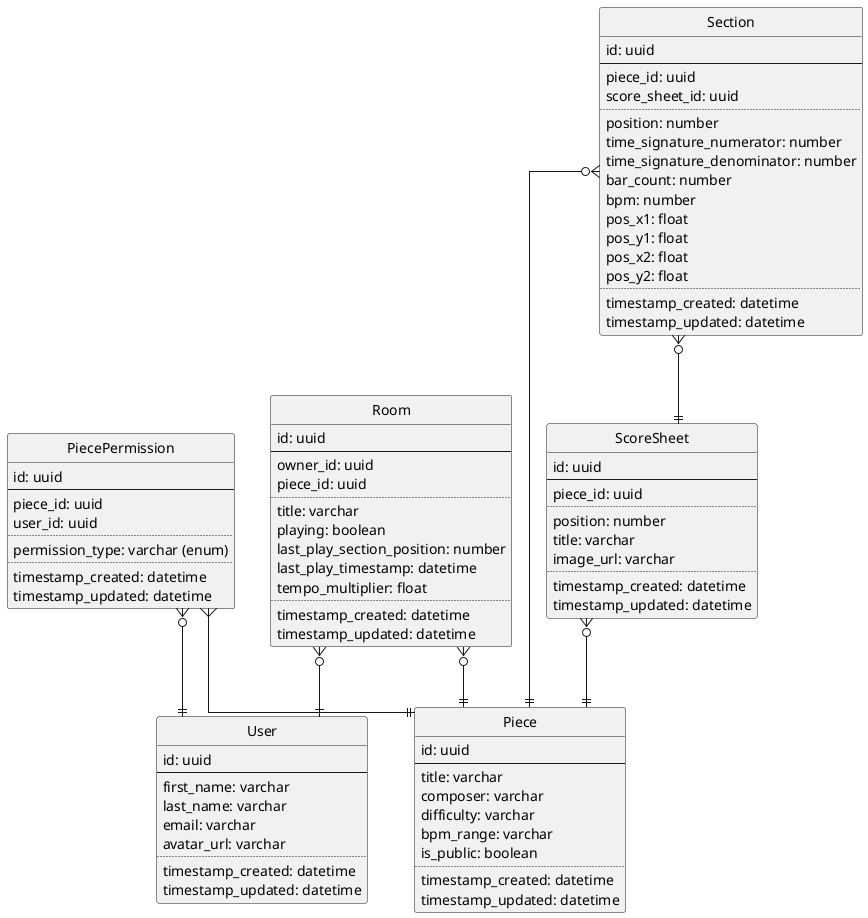
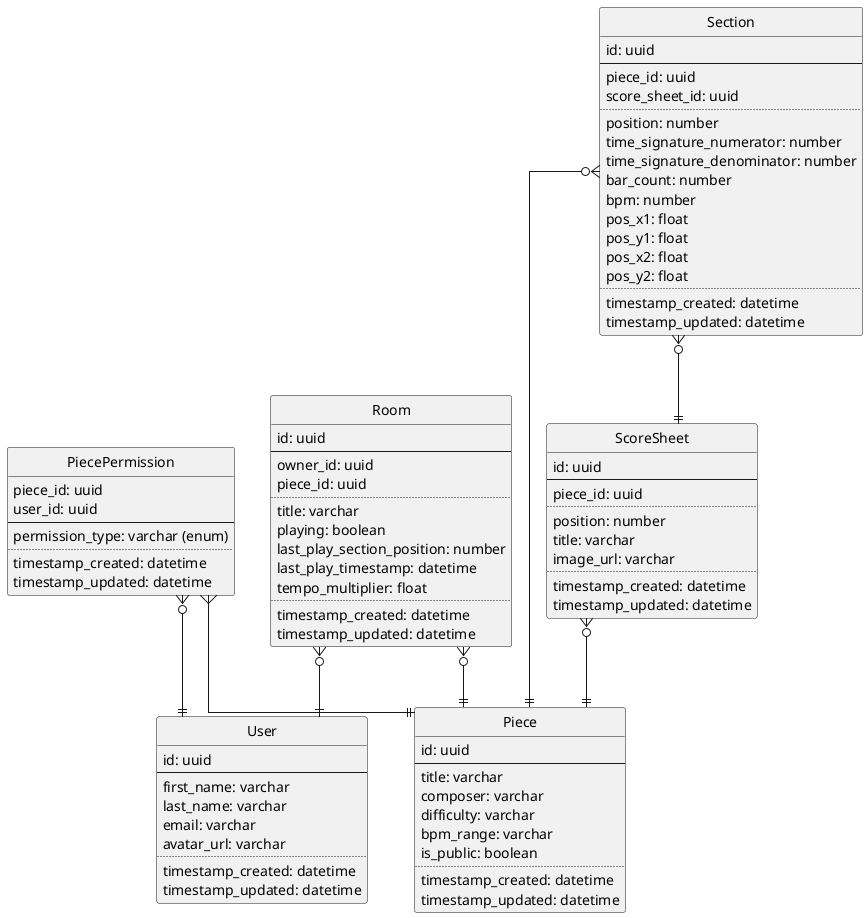
@startuml
'https://plantuml.com/class-diagram

' configuration
hide circle
skinparam linetype ortho

' User model
entity "User" as user {
  id: uuid
  --
  first_name: varchar
  last_name: varchar
  email: varchar
  avatar_url: varchar
  ..
  timestamp_created: datetime
  timestamp_updated: datetime
}

' Piece model
entity "Piece" as piece {
  id: uuid
  --
  title: varchar
  composer: varchar
  difficulty: varchar
  bpm_range: varchar
  is_public: boolean
  ..
  timestamp_created: datetime
  timestamp_updated: datetime
}

' ScoreSheet model
entity "ScoreSheet" as scoresheet {
  id: uuid
  --
  piece_id: uuid
  ..
  position: number
  title: varchar
  image_url: varchar
  ..
  timestamp_created: datetime
  timestamp_updated: datetime
}

' Section model
entity "Section" as section {
  id: uuid
  --
  piece_id: uuid
  score_sheet_id: uuid
  ..
  position: number
  time_signature_numerator: number
  time_signature_denominator: number
  bar_count: number
  bpm: number
  pos_x1: float
  pos_y1: float
  pos_x2: float
  pos_y2: float
  ..
  timestamp_created: datetime
  timestamp_updated: datetime
}

' PiecePermission model
entity "PiecePermission" as piecepermission {
-   id: uuid
-   --
  piece_id: uuid
  user_id: uuid
-   ..
+   --
  permission_type: varchar (enum)
  ..
  timestamp_created: datetime
  timestamp_updated: datetime
}

' Room model
entity "Room" as room {
  id: uuid
  --
  owner_id: uuid
  piece_id: uuid
  ..
  title: varchar
  playing: boolean
  last_play_section_position: number
  last_play_timestamp: datetime
  tempo_multiplier: float
  ..
  timestamp_created: datetime
  timestamp_updated: datetime
}

' Relationships
scoresheet }o--|| piece
section }o--|| piece
section }o--|| scoresheet
piecepermission }o--|| user
piecepermission }--|| piece
room }o--|| user
room }o--|| piece

@enduml